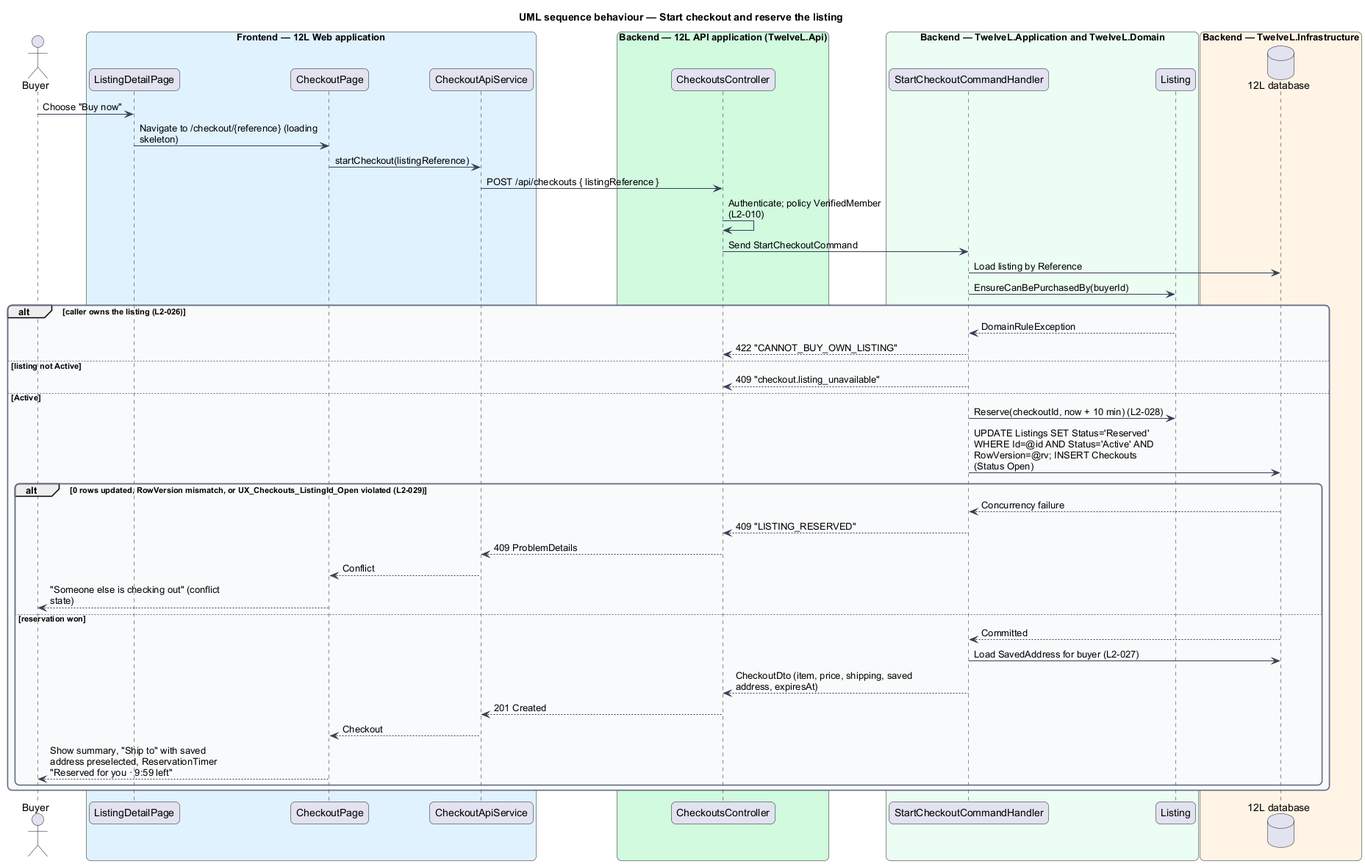
This is docs/detailed-designs/orders/checkout-and-pay/diagrams/sequence-start-checkout.png from QuinntyneBrown/12l, a PlantUML export, as it was before one commit.
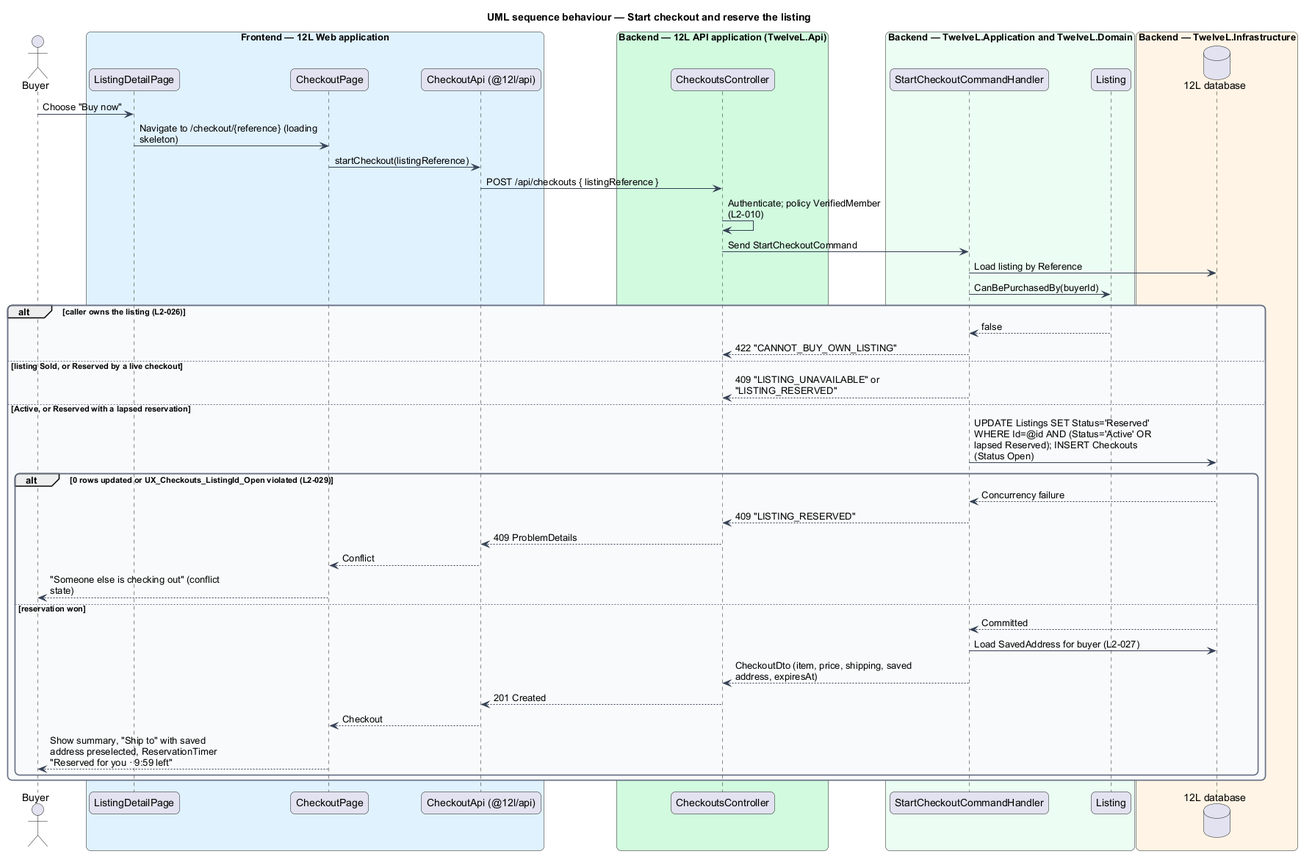
The same file after the commit.

The edit, as a diff of the source:
```diff
@@ -20,7 +20,7 @@
 box "Frontend — 12L Web application" #E0F2FE
   participant "ListingDetailPage" as ld
   participant "CheckoutPage" as page
-  participant "CheckoutApiService" as client
+  participant "CheckoutApi (@12l/api)" as client
 end box
 box "Backend — 12L API application (TwelveL.Api)" #D1FADF
   participant "CheckoutsController" as ctrl
@@ -39,16 +39,15 @@
 ctrl -> ctrl : Authenticate; policy VerifiedMember (L2-010)
 ctrl -> h : Send StartCheckoutCommand
 h -> db : Load listing by Reference
-h -> listing : EnsureCanBePurchasedBy(buyerId)
+h -> listing : CanBePurchasedBy(buyerId)
 alt caller owns the listing (L2-026)
-  listing --> h : DomainRuleException
+  listing --> h : false
   h --> ctrl : 422 "CANNOT_BUY_OWN_LISTING"
-else listing not Active
-  h --> ctrl : 409 "checkout.listing_unavailable"
-else Active
-  h -> listing : Reserve(checkoutId, now + 10 min) (L2-028)
-  h -> db : UPDATE Listings SET Status='Reserved' WHERE Id=@id AND Status='Active' AND RowVersion=@rv; INSERT Checkouts (Status Open)
-  alt 0 rows updated, RowVersion mismatch, or UX_Checkouts_ListingId_Open violated (L2-029)
+else listing Sold, or Reserved by a live checkout
+  h --> ctrl : 409 "LISTING_UNAVAILABLE" or "LISTING_RESERVED"
+else Active, or Reserved with a lapsed reservation
+  h -> db : UPDATE Listings SET Status='Reserved' WHERE Id=@id AND (Status='Active' OR lapsed Reserved); INSERT Checkouts (Status Open)
+  alt 0 rows updated or UX_Checkouts_ListingId_Open violated (L2-029)
     db --> h : Concurrency failure
     h --> ctrl : 409 "LISTING_RESERVED"
     ctrl --> client : 409 ProblemDetails
```
